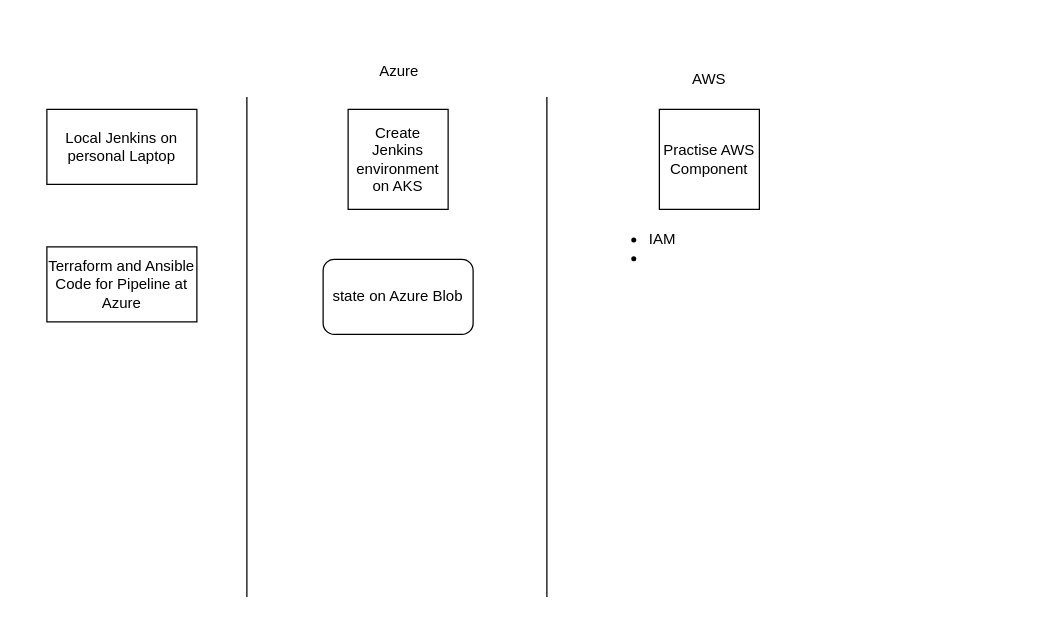
Before: Untitled Diagram.drawio in santanubiswas2k1/sspr, a draw.io diagram. Source tidied: cells renumbered, new cells numbered last; positions are measured from the earlier drawing's top-left corner, leaving out a move shared by most shapes. Both pictures are drawn from the tidied source at 125%, with x=0, y=0 at pixel (46, 52).
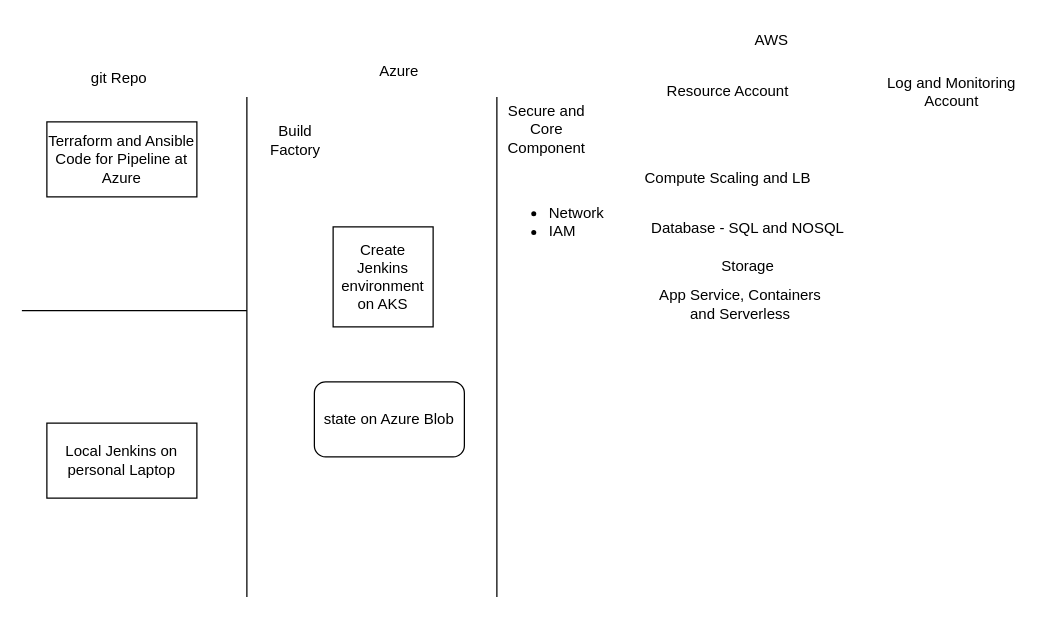
Above is the later version.

What changed in the source:
```diff
@@
     <mxCell id="2" value="Local Jenkins on personal Laptop" style="rounded=0;whiteSpace=wrap;html=1;" parent="1" vertex="1">
-      <mxGeometry y="45" width="120" height="60" as="geometry" />
+      <mxGeometry y="296" width="120" height="60" as="geometry" />
     </mxCell>
     <mxCell id="3" value="Terraform and Ansible Code for Pipeline at Azure" style="rounded=0;whiteSpace=wrap;html=1;" parent="1" vertex="1">
-      <mxGeometry y="155" width="120" height="60" as="geometry" />
+      <mxGeometry y="55" width="120" height="60" as="geometry" />
     </mxCell>
     <mxCell id="4" value="Create Jenkins environment on AKS" style="whiteSpace=wrap;html=1;" parent="1" vertex="1">
-      <mxGeometry x="241" y="45" width="80" height="80" as="geometry" />
+      <mxGeometry x="229" y="139" width="80" height="80" as="geometry" />
     </mxCell>
     <mxCell id="5" value="state on Azure Blob" style="rounded=1;whiteSpace=wrap;html=1;" parent="1" vertex="1">
-      <mxGeometry x="221" y="165" width="120" height="60" as="geometry" />
+      <mxGeometry x="214" y="263" width="120" height="60" as="geometry" />
     </mxCell>
-    <mxCell id="6" value="Practise AWS Component" style="whiteSpace=wrap;html=1;" parent="1" vertex="1">
-      <mxGeometry x="490" y="45" width="80" height="80" as="geometry" />
-    </mxCell>
@@
     <mxCell id="8" style="endArrow=none;html=1;rounded=0;" parent="1" edge="1">
       <mxGeometry relative="1" as="geometry">
-        <mxPoint x="400" y="435" as="sourcePoint" />
-        <mxPoint x="400" y="35" as="targetPoint" />
+        <mxPoint x="360" y="435" as="sourcePoint" />
+        <mxPoint x="360" y="35" as="targetPoint" />
       </mxGeometry>
     </mxCell>
@@
     <mxCell id="10" value="AWS" style="text;html=1;strokeColor=none;fillColor=none;align=center;verticalAlign=middle;whiteSpace=wrap;rounded=0;" parent="1" vertex="1">
-      <mxGeometry x="500" y="6" width="60" height="30" as="geometry" />
+      <mxGeometry x="550" y="-25" width="60" height="30" as="geometry" />
     </mxCell>
-    <mxCell id="11" value="&lt;ul&gt;&lt;li&gt;IAM&lt;/li&gt;&lt;li&gt;&lt;br&gt;&lt;/li&gt;&lt;/ul&gt;" style="text;html=1;strokeColor=none;fillColor=none;align=left;verticalAlign=middle;whiteSpace=wrap;rounded=0;" parent="1" vertex="1">
-      <mxGeometry x="440" y="136" width="160" height="40" as="geometry" />
+    <mxCell id="11" value="&lt;ul&gt;&lt;li&gt;Network&lt;/li&gt;&lt;li&gt;IAM&lt;/li&gt;&lt;/ul&gt;" style="text;html=1;strokeColor=none;fillColor=none;align=left;verticalAlign=middle;whiteSpace=wrap;rounded=0;" parent="1" vertex="1">
+      <mxGeometry x="360" y="115" width="96" height="40" as="geometry" />
     </mxCell>
+    <mxCell id="12" style="endArrow=none;html=1;rounded=0;" parent="1" edge="1">
+      <mxGeometry relative="1" as="geometry">
+        <mxPoint x="-20" y="206" as="sourcePoint" />
+        <mxPoint x="160" y="206" as="targetPoint" />
+      </mxGeometry>
+    </mxCell>
+    <mxCell id="13" value="git Repo" style="text;html=1;strokeColor=none;fillColor=none;align=center;verticalAlign=middle;whiteSpace=wrap;rounded=0;" parent="1" vertex="1">
+      <mxGeometry x="28" y="5" width="60" height="30" as="geometry" />
+    </mxCell>
+    <mxCell id="14" value="Build Factory" style="text;html=1;strokeColor=none;fillColor=none;align=center;verticalAlign=middle;whiteSpace=wrap;rounded=0;" parent="1" vertex="1">
+      <mxGeometry x="169" y="55" width="60" height="30" as="geometry" />
+    </mxCell>
+    <mxCell id="15" value="Resource Account" style="text;html=1;strokeColor=none;fillColor=none;align=center;verticalAlign=middle;whiteSpace=wrap;rounded=0;" parent="1" vertex="1">
+      <mxGeometry x="490" y="16" width="110" height="30" as="geometry" />
+    </mxCell>
+    <mxCell id="16" value="Secure and Core Component" style="text;html=1;strokeColor=none;fillColor=none;align=center;verticalAlign=middle;whiteSpace=wrap;rounded=0;" parent="1" vertex="1">
+      <mxGeometry x="370" y="46" width="60" height="30" as="geometry" />
+    </mxCell>
+    <mxCell id="17" value="Compute Scaling and LB" style="text;html=1;strokeColor=none;fillColor=none;align=center;verticalAlign=middle;whiteSpace=wrap;rounded=0;" parent="1" vertex="1">
+      <mxGeometry x="470" y="85" width="150" height="30" as="geometry" />
+    </mxCell>
+    <mxCell id="18" value="Database - SQL and NOSQL" style="text;html=1;strokeColor=none;fillColor=none;align=center;verticalAlign=middle;whiteSpace=wrap;rounded=0;" parent="1" vertex="1">
+      <mxGeometry x="472" y="125" width="178" height="30" as="geometry" />
+    </mxCell>
+    <mxCell id="19" value="Storage" style="text;html=1;strokeColor=none;fillColor=none;align=center;verticalAlign=middle;whiteSpace=wrap;rounded=0;" parent="1" vertex="1">
+      <mxGeometry x="472" y="156" width="178" height="30" as="geometry" />
+    </mxCell>
+    <mxCell id="20" value="Log and Monitoring Account" style="text;html=1;strokeColor=none;fillColor=none;align=center;verticalAlign=middle;whiteSpace=wrap;rounded=0;" parent="1" vertex="1">
+      <mxGeometry x="669" y="16" width="110" height="30" as="geometry" />
+    </mxCell>
+    <mxCell id="21" value="App Service, Containers and Serverless" style="text;html=1;strokeColor=none;fillColor=none;align=center;verticalAlign=middle;whiteSpace=wrap;rounded=0;" parent="1" vertex="1">
+      <mxGeometry x="480" y="186" width="150" height="30" as="geometry" />
+    </mxCell>
```
